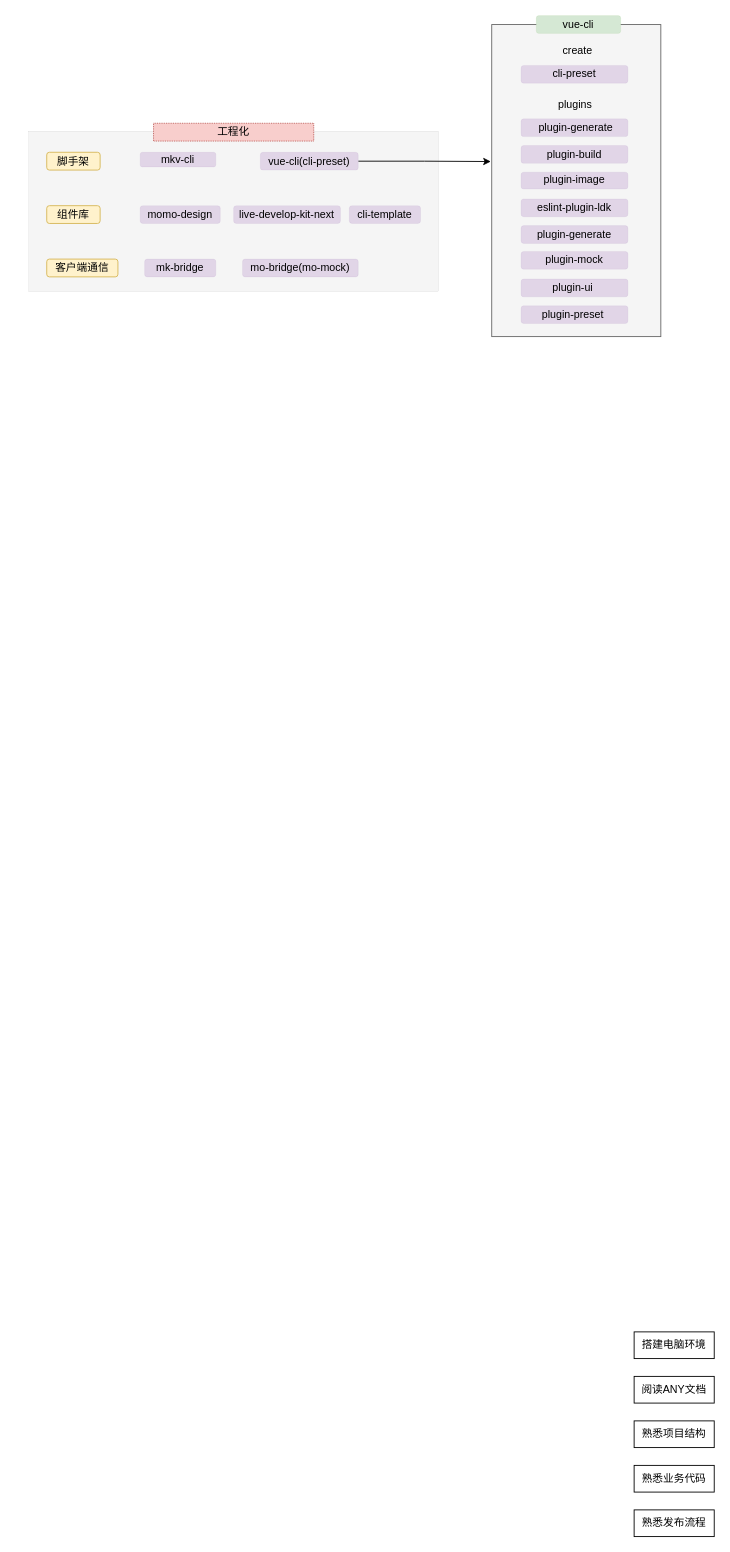
Earlier version of the draw.io diagram Untitled Diagram.drawio (hpstream/cli). Source tidied: cells renumbered, new cells numbered last; positions are measured from the earlier drawing's top-left corner, leaving out a move shared by most shapes. Both pictures are drawn from the tidied source at 89%, with x=0, y=0 at pixel (28, 15).
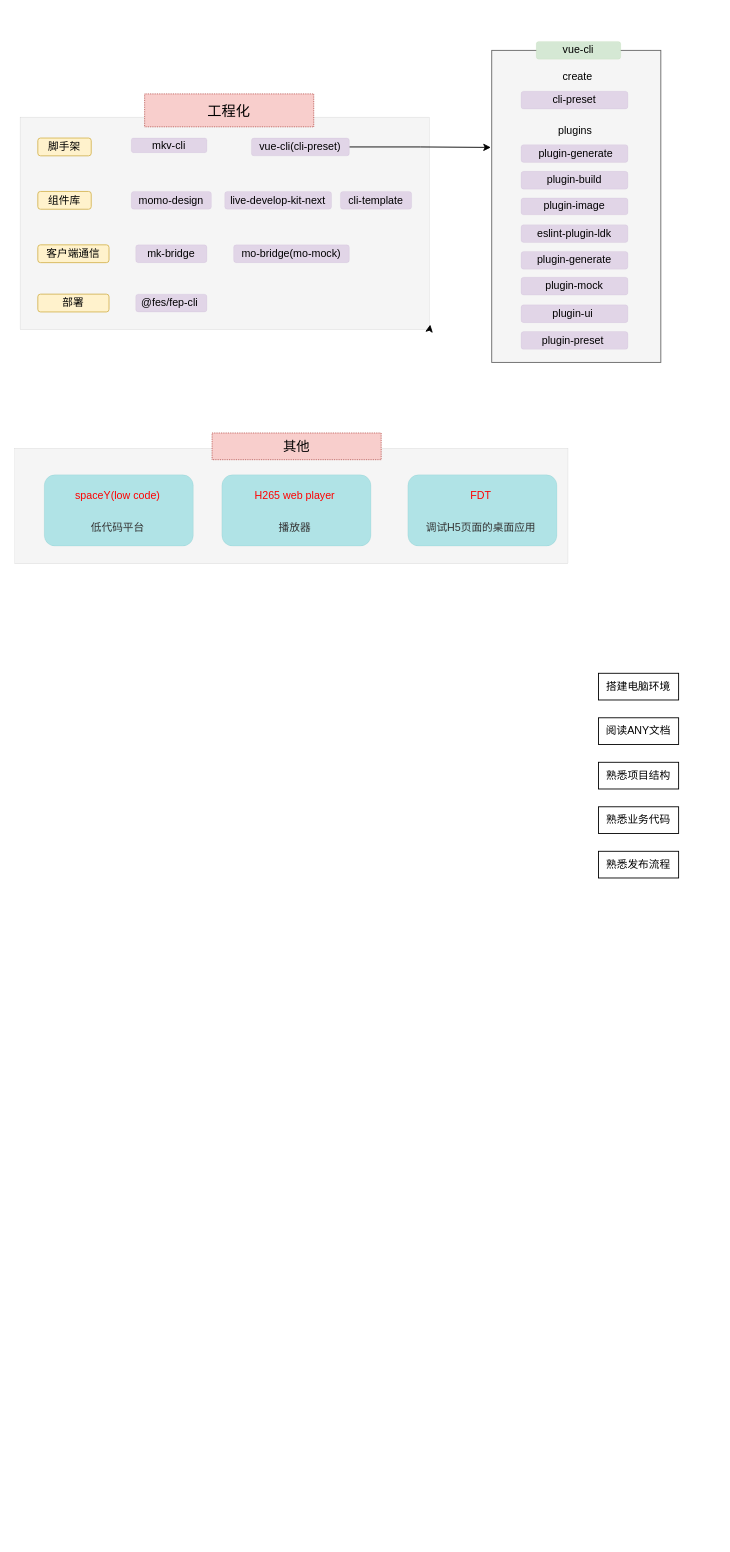
The same page after the edit.

What changed in the source:
```diff
@@
+    <mxCell id="33" style="rounded=0;whiteSpace=wrap;html=1;shadow=0;glass=0;dashed=1;dashPattern=1 1;labelBackgroundColor=#ffffff;sketch=0;fontSize=12;fontColor=#333333;strokeWidth=0;fillColor=#f5f5f5;align=center;verticalAlign=middle;strokeColor=#666666;" parent="1" vertex="1">
+      <mxGeometry x="-15.8" y="486" width="621.5" height="130" as="geometry" />
+    </mxCell>
     <mxCell id="2" style="rounded=0;whiteSpace=wrap;html=1;fillColor=#f5f5f5;strokeColor=#666666;fontColor=#333333;" parent="1" vertex="1">
-      <mxGeometry x="520" y="10.1" width="190" height="350.6" as="geometry" />
+      <mxGeometry x="520" y="39.1" width="190" height="350.6" as="geometry" />
     </mxCell>
     <mxCell id="3" value="搭建电脑环境" style="rounded=0;whiteSpace=wrap;html=1;" parent="1" vertex="1">
-      <mxGeometry x="680" y="1479" width="90" height="30" as="geometry" />
+      <mxGeometry x="640" y="739" width="90" height="30" as="geometry" />
     </mxCell>
     <mxCell id="4" value="阅读ANY文档" style="rounded=0;whiteSpace=wrap;html=1;" parent="1" vertex="1">
-      <mxGeometry x="680" y="1529" width="90" height="30" as="geometry" />
+      <mxGeometry x="640" y="789" width="90" height="30" as="geometry" />
     </mxCell>
     <mxCell id="5" value="熟悉项目结构" style="rounded=0;whiteSpace=wrap;html=1;" parent="1" vertex="1">
-      <mxGeometry x="680" y="1579" width="90" height="30" as="geometry" />
+      <mxGeometry x="640" y="839" width="90" height="30" as="geometry" />
     </mxCell>
     <mxCell id="6" value="熟悉业务代码" style="rounded=0;whiteSpace=wrap;html=1;" parent="1" vertex="1">
-      <mxGeometry x="680" y="1629" width="90" height="30" as="geometry" />
+      <mxGeometry x="640" y="889" width="90" height="30" as="geometry" />
     </mxCell>
     <mxCell id="7" value="熟悉发布流程" style="rounded=0;whiteSpace=wrap;html=1;" parent="1" vertex="1">
-      <mxGeometry x="680" y="1679" width="90" height="30" as="geometry" />
+      <mxGeometry x="640" y="939" width="90" height="30" as="geometry" />
     </mxCell>
     <mxCell id="8" value="vue-cli" style="text;html=1;strokeColor=#82b366;fillColor=#d5e8d4;align=center;verticalAlign=middle;whiteSpace=wrap;rounded=1;strokeWidth=0;" parent="1" vertex="1">
-      <mxGeometry x="570" width="95" height="20" as="geometry" />
+      <mxGeometry x="570" y="29" width="95" height="20" as="geometry" />
     </mxCell>
     <mxCell id="9" value="create" style="text;whiteSpace=wrap;html=1;" parent="1" vertex="1">
-      <mxGeometry x="598" y="26" width="35" height="30" as="geometry" />
+      <mxGeometry x="598" y="55" width="35" height="30" as="geometry" />
     </mxCell>
     <mxCell id="10" value="plugins" style="text;whiteSpace=wrap;html=1;" parent="1" vertex="1">
-      <mxGeometry x="593" y="86" width="40" height="30" as="geometry" />
+      <mxGeometry x="593" y="115" width="40" height="30" as="geometry" />
     </mxCell>
     <mxCell id="11" value="eslint-plugin-ldk" style="text;html=1;strokeColor=#9673a6;align=center;verticalAlign=middle;whiteSpace=wrap;rounded=1;fillColor=#e1d5e7;strokeWidth=0;" parent="1" vertex="1">
-      <mxGeometry x="553" y="206" width="120" height="20" as="geometry" />
+      <mxGeometry x="553" y="235" width="120" height="20" as="geometry" />
     </mxCell>
     <mxCell id="12" value="&lt;span style=&quot;text-align: left&quot;&gt;plugin-generate&lt;/span&gt;" style="text;html=1;strokeColor=#9673a6;align=center;verticalAlign=middle;whiteSpace=wrap;rounded=1;fillColor=#e1d5e7;strokeWidth=0;" parent="1" vertex="1">
-      <mxGeometry x="553" y="236" width="120" height="20" as="geometry" />
+      <mxGeometry x="553" y="265" width="120" height="20" as="geometry" />
     </mxCell>
     <mxCell id="13" value="&lt;span style=&quot;text-align: left&quot;&gt;plugin-image&lt;/span&gt;" style="text;html=1;strokeColor=#9673a6;align=center;verticalAlign=middle;whiteSpace=wrap;rounded=1;fillColor=#e1d5e7;strokeWidth=0;" parent="1" vertex="1">
-      <mxGeometry x="553" y="176" width="120" height="18.8" as="geometry" />
+      <mxGeometry x="553" y="205" width="120" height="18.8" as="geometry" />
     </mxCell>
     <mxCell id="14" value="&lt;p&gt;plugin-mock&lt;/p&gt;" style="text;html=1;strokeColor=#9673a6;align=center;verticalAlign=middle;whiteSpace=wrap;rounded=1;fillColor=#e1d5e7;strokeWidth=0;" parent="1" vertex="1">
-      <mxGeometry x="553" y="265" width="120" height="20" as="geometry" />
+      <mxGeometry x="553" y="294" width="120" height="20" as="geometry" />
     </mxCell>
     <mxCell id="15" value="&lt;span style=&quot;text-align: left&quot;&gt;plugin-ui&amp;nbsp;&lt;/span&gt;" style="text;html=1;strokeColor=#9673a6;align=center;verticalAlign=middle;whiteSpace=wrap;rounded=1;fillColor=#e1d5e7;strokeWidth=0;" parent="1" vertex="1">
-      <mxGeometry x="553" y="296" width="120" height="20" as="geometry" />
+      <mxGeometry x="553" y="325" width="120" height="20" as="geometry" />
     </mxCell>
     <mxCell id="16" value="&lt;span style=&quot;text-align: left&quot;&gt;plugin-preset&amp;nbsp;&lt;/span&gt;" style="text;html=1;strokeColor=#9673a6;align=center;verticalAlign=middle;whiteSpace=wrap;rounded=1;fillColor=#e1d5e7;strokeWidth=0;" parent="1" vertex="1">
-      <mxGeometry x="553" y="326" width="120" height="20" as="geometry" />
+      <mxGeometry x="553" y="355" width="120" height="20" as="geometry" />
     </mxCell>
     <mxCell id="17" value="&lt;span style=&quot;text-align: left&quot;&gt;plugin-build&lt;/span&gt;" style="text;html=1;strokeColor=#9673a6;align=center;verticalAlign=middle;whiteSpace=wrap;rounded=1;fillColor=#e1d5e7;strokeWidth=0;" parent="1" vertex="1">
-      <mxGeometry x="553" y="146" width="120" height="20" as="geometry" />
+      <mxGeometry x="553" y="175" width="120" height="20" as="geometry" />
     </mxCell>
     <mxCell id="18" value="&amp;nbsp;&lt;span&gt;plugin-generate&lt;br&gt;&lt;/span&gt;" style="text;html=1;strokeColor=#9673a6;align=center;verticalAlign=middle;whiteSpace=wrap;rounded=1;fillColor=#e1d5e7;strokeWidth=0;" parent="1" vertex="1">
-      <mxGeometry x="553" y="116" width="120" height="20" as="geometry" />
+      <mxGeometry x="553" y="145" width="120" height="20" as="geometry" />
     </mxCell>
     <mxCell id="19" value="cli-preset&lt;span&gt;&lt;br&gt;&lt;/span&gt;" style="text;html=1;strokeColor=#9673a6;align=center;verticalAlign=middle;whiteSpace=wrap;rounded=1;fillColor=#e1d5e7;strokeWidth=0;" parent="1" vertex="1">
-      <mxGeometry x="553" y="56" width="120" height="20" as="geometry" />
+      <mxGeometry x="553" y="85" width="120" height="20" as="geometry" />
     </mxCell>
     <mxCell id="20" style="rounded=0;whiteSpace=wrap;html=1;shadow=0;glass=0;sketch=0;strokeWidth=0;fillColor=#f5f5f5;strokeColor=#666666;fontColor=#333333;" parent="1" vertex="1">
-      <mxGeometry y="130" width="460" height="180" as="geometry" />
+      <mxGeometry x="-10" y="114" width="460" height="239" as="geometry" />
     </mxCell>
     <mxCell id="21" value="脚手架" style="text;html=1;strokeColor=#d6b656;fillColor=#fff2cc;align=center;verticalAlign=middle;whiteSpace=wrap;rounded=1;shadow=0;glass=0;sketch=0;" parent="1" vertex="1">
-      <mxGeometry x="20" y="153.6" width="60" height="20" as="geometry" />
+      <mxGeometry x="10" y="137.6" width="60" height="20" as="geometry" />
     </mxCell>
-    <mxCell id="22" style="edgeStyle=orthogonalEdgeStyle;rounded=0;jettySize=auto;html=1;" parent="1" edge="1" source="23">
-      <mxGeometry relative="1" as="geometry">
-        <mxPoint x="519" y="164" as="targetPoint" />
-      </mxGeometry>
-    </mxCell>
+    <mxCell id="34" style="edgeStyle=orthogonalEdgeStyle;rounded=0;jettySize=auto;html=1;entryX=-0.005;entryY=0.311;entryDx=0;entryDy=0;entryPerimeter=0;" parent="1" edge="1" source="23" target="2">
+      <mxGeometry relative="1" as="geometry" />
+    </mxCell>
     <mxCell id="23" value="vue-cli(cli-preset)" style="text;html=1;strokeColor=#9673a6;fillColor=#e1d5e7;align=center;verticalAlign=middle;whiteSpace=wrap;rounded=1;shadow=0;glass=0;sketch=0;dashed=1;strokeWidth=0;" parent="1" vertex="1">
-      <mxGeometry x="260" y="153.6" width="110" height="20" as="geometry" />
+      <mxGeometry x="250" y="137.6" width="110" height="20" as="geometry" />
     </mxCell>
     <mxCell id="24" value="live-develop-kit-next" style="text;html=1;strokeColor=#9673a6;fillColor=#e1d5e7;align=center;verticalAlign=middle;whiteSpace=wrap;rounded=1;shadow=0;glass=0;sketch=0;dashed=1;dashPattern=1 1;strokeWidth=0;" parent="1" vertex="1">
-      <mxGeometry x="230" y="213.6" width="120" height="20" as="geometry" />
+      <mxGeometry x="220" y="197.6" width="120" height="20" as="geometry" />
     </mxCell>
     <mxCell id="25" value="momo-design" style="text;html=1;strokeColor=#9673a6;fillColor=#e1d5e7;align=center;verticalAlign=middle;whiteSpace=wrap;rounded=1;shadow=0;glass=0;sketch=0;dashed=1;strokeWidth=0;" parent="1" vertex="1">
-      <mxGeometry x="125" y="213.6" width="90" height="20" as="geometry" />
+      <mxGeometry x="115" y="197.6" width="90" height="20" as="geometry" />
     </mxCell>
     <mxCell id="26" value="组件库" style="text;html=1;strokeColor=#d6b656;fillColor=#fff2cc;align=center;verticalAlign=middle;whiteSpace=wrap;rounded=1;shadow=0;glass=0;sketch=0;" parent="1" vertex="1">
-      <mxGeometry x="20" y="213.6" width="60" height="20" as="geometry" />
+      <mxGeometry x="10" y="197.6" width="60" height="20" as="geometry" />
     </mxCell>
     <mxCell id="27" value="cli-template" style="text;html=1;strokeColor=#9673a6;fillColor=#e1d5e7;align=center;verticalAlign=middle;whiteSpace=wrap;rounded=1;shadow=0;glass=0;sketch=0;dashed=1;strokeWidth=0;" parent="1" vertex="1">
-      <mxGeometry x="360" y="213.6" width="80" height="20" as="geometry" />
+      <mxGeometry x="350" y="197.6" width="80" height="20" as="geometry" />
     </mxCell>
     <mxCell id="28" value="客户端通信" style="text;html=1;strokeColor=#d6b656;fillColor=#fff2cc;align=center;verticalAlign=middle;whiteSpace=wrap;rounded=1;shadow=0;glass=0;sketch=0;" parent="1" vertex="1">
-      <mxGeometry x="20" y="273.6" width="80" height="20" as="geometry" />
+      <mxGeometry x="10" y="257.6" width="80" height="20" as="geometry" />
     </mxCell>
     <mxCell id="29" value="mo-bridge(mo-mock)" style="text;html=1;strokeColor=#9673a6;fillColor=#e1d5e7;align=center;verticalAlign=middle;whiteSpace=wrap;rounded=1;shadow=0;glass=0;sketch=0;dashed=1;strokeWidth=0;" parent="1" vertex="1">
-      <mxGeometry x="240" y="273.6" width="130" height="20" as="geometry" />
+      <mxGeometry x="230" y="257.6" width="130" height="20" as="geometry" />
     </mxCell>
     <mxCell id="30" value="mk-bridge" style="text;html=1;strokeColor=#9673a6;fillColor=#e1d5e7;align=center;verticalAlign=middle;whiteSpace=wrap;rounded=1;shadow=0;glass=0;sketch=0;dashed=1;strokeWidth=0;" parent="1" vertex="1">
-      <mxGeometry x="130" y="273.6" width="80" height="20" as="geometry" />
+      <mxGeometry x="120" y="257.6" width="80" height="20" as="geometry" />
     </mxCell>
-    <mxCell id="31" value="工程化" style="text;html=1;strokeColor=#b85450;fillColor=#f8cecc;align=center;verticalAlign=middle;whiteSpace=wrap;rounded=0;shadow=0;glass=0;dashed=1;dashPattern=1 1;sketch=0;" parent="1" vertex="1">
-      <mxGeometry x="140" y="121" width="180" height="20" as="geometry" />
+    <mxCell id="31" value="工程化" style="text;html=1;strokeColor=#b85450;fillColor=#f8cecc;align=center;verticalAlign=middle;whiteSpace=wrap;rounded=0;shadow=0;glass=0;dashed=1;dashPattern=1 1;sketch=0;fontSize=16;" parent="1" vertex="1">
+      <mxGeometry x="130" y="88" width="190" height="37" as="geometry" />
     </mxCell>
     <mxCell id="32" value="mkv-cli" style="text;html=1;strokeColor=#9673a6;fillColor=#e1d5e7;align=center;verticalAlign=middle;whiteSpace=wrap;rounded=1;shadow=0;glass=0;sketch=0;dashed=1;strokeWidth=0;" parent="1" vertex="1">
-      <mxGeometry x="125" y="153.6" width="85" height="16.4" as="geometry" />
+      <mxGeometry x="115" y="137.6" width="85" height="16.4" as="geometry" />
     </mxCell>
+    <mxCell id="35" value="部署" style="text;html=1;strokeColor=#d6b656;fillColor=#fff2cc;align=center;verticalAlign=middle;whiteSpace=wrap;rounded=1;shadow=0;glass=0;sketch=0;" parent="1" vertex="1">
+      <mxGeometry x="10" y="313" width="80" height="20" as="geometry" />
+    </mxCell>
+    <mxCell id="36" value="@fes/fep-cli&amp;nbsp;" style="text;html=1;strokeColor=#9673a6;fillColor=#e1d5e7;align=center;verticalAlign=middle;whiteSpace=wrap;rounded=1;shadow=0;glass=0;sketch=0;dashed=1;strokeWidth=0;" parent="1" vertex="1">
+      <mxGeometry x="120" y="313" width="80" height="20" as="geometry" />
+    </mxCell>
+    <mxCell id="37" style="edgeStyle=orthogonalEdgeStyle;rounded=0;orthogonalLoop=1;jettySize=auto;html=1;exitX=1;exitY=1;exitDx=0;exitDy=0;entryX=1.002;entryY=0.976;entryDx=0;entryDy=0;entryPerimeter=0;" parent="1" edge="1" source="20" target="20">
+      <mxGeometry relative="1" as="geometry" />
+    </mxCell>
+    <mxCell id="38" style="rounded=1;whiteSpace=wrap;html=1;shadow=0;glass=0;dashed=1;dashPattern=1 1;sketch=0;fontSize=12;strokeWidth=0;fillColor=#b0e3e6;align=center;verticalAlign=middle;strokeColor=#0e8088;" parent="1" vertex="1">
+      <mxGeometry x="17.2" y="516" width="167.5" height="80" as="geometry" />
+    </mxCell>
+    <mxCell id="39" value="spaceY(low code)" style="text;html=1;align=center;verticalAlign=middle;whiteSpace=wrap;rounded=1;shadow=0;glass=0;dashed=1;dashPattern=1 1;sketch=0;fontColor=#FF0000;labelBackgroundColor=none;" parent="1" vertex="1">
+      <mxGeometry x="24.8" y="528" width="150" height="24" as="geometry" />
+    </mxCell>
+    <mxCell id="40" value="低代码平台" style="text;html=1;strokeColor=none;fillColor=none;align=center;verticalAlign=middle;whiteSpace=wrap;rounded=0;shadow=0;glass=0;dashed=1;dashPattern=1 1;sketch=0;fontSize=12;labelBackgroundColor=none;fontColor=#333333;" parent="1" vertex="1">
+      <mxGeometry x="34.8" y="566" width="130" height="20" as="geometry" />
+    </mxCell>
+    <mxCell id="41" style="rounded=1;whiteSpace=wrap;html=1;shadow=0;glass=0;dashed=1;dashPattern=1 1;sketch=0;fontSize=12;strokeWidth=0;fillColor=#b0e3e6;align=center;verticalAlign=middle;strokeColor=#0e8088;" parent="1" vertex="1">
+      <mxGeometry x="425.8" y="516" width="167.5" height="80" as="geometry" />
+    </mxCell>
+    <mxCell id="42" value="FDT" style="text;html=1;align=center;verticalAlign=middle;whiteSpace=wrap;rounded=1;shadow=0;glass=0;dashed=1;dashPattern=1 1;sketch=0;fontColor=#FF0000;labelBackgroundColor=none;" parent="1" vertex="1">
+      <mxGeometry x="433.2" y="528" width="150" height="24" as="geometry" />
+    </mxCell>
+    <mxCell id="43" value="&lt;span&gt;调试H5页面的桌面应用&lt;/span&gt;" style="text;html=1;strokeColor=none;fillColor=none;align=center;verticalAlign=middle;whiteSpace=wrap;rounded=0;shadow=0;glass=0;dashed=1;dashPattern=1 1;sketch=0;fontSize=12;labelBackgroundColor=none;fontColor=#333333;" parent="1" vertex="1">
+      <mxGeometry x="443.2" y="566" width="130" height="20" as="geometry" />
+    </mxCell>
+    <mxCell id="44" style="rounded=1;whiteSpace=wrap;html=1;shadow=0;glass=0;dashed=1;dashPattern=1 1;sketch=0;fontSize=12;strokeWidth=0;fillColor=#b0e3e6;align=center;verticalAlign=middle;strokeColor=#0e8088;" parent="1" vertex="1">
+      <mxGeometry x="216.8" y="516" width="167.5" height="80" as="geometry" />
+    </mxCell>
+    <mxCell id="45" value="H265 web player" style="text;html=1;align=center;verticalAlign=middle;whiteSpace=wrap;rounded=1;shadow=0;glass=0;dashed=1;dashPattern=1 1;sketch=0;fontColor=#FF0000;labelBackgroundColor=none;" parent="1" vertex="1">
+      <mxGeometry x="224.2" y="528" width="150" height="24" as="geometry" />
+    </mxCell>
+    <mxCell id="46" value="播放器" style="text;html=1;strokeColor=none;fillColor=none;align=center;verticalAlign=middle;whiteSpace=wrap;rounded=0;shadow=0;glass=0;dashed=1;dashPattern=1 1;sketch=0;fontSize=12;labelBackgroundColor=none;fontColor=#333333;" parent="1" vertex="1">
+      <mxGeometry x="234.2" y="566" width="130" height="20" as="geometry" />
+    </mxCell>
+    <mxCell id="47" value="其他" style="text;html=1;strokeColor=#b85450;fillColor=#f8cecc;align=center;verticalAlign=middle;whiteSpace=wrap;rounded=0;shadow=0;glass=0;dashed=1;dashPattern=1 1;labelBackgroundColor=none;sketch=0;fontSize=15;" parent="1" vertex="1">
+      <mxGeometry x="205.8" y="469" width="190" height="30" as="geometry" />
+    </mxCell>
```
